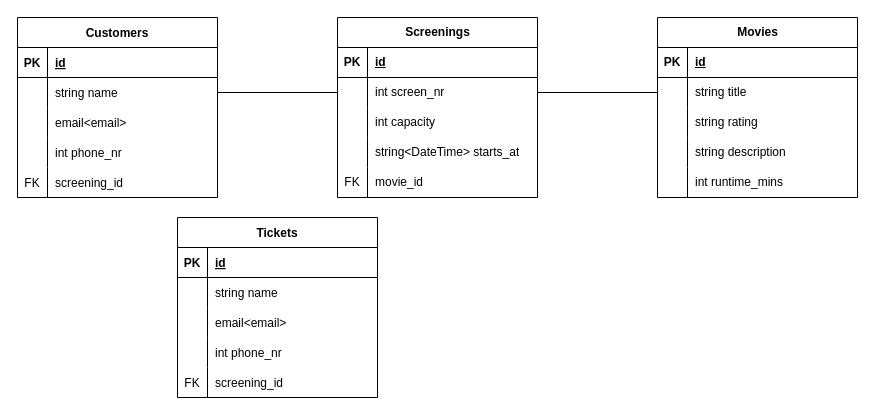
Earlier version of the draw.io diagram edr.drawio (boolean-uk/csharp-api-cinema-challenge). Source tidied: cells renumbered, new cells numbered last; positions are measured from the earlier drawing's top-left corner, leaving out a move shared by most shapes. Both pictures are drawn from the tidied source at 100%, with x=0, y=0 at pixel (17, 17).
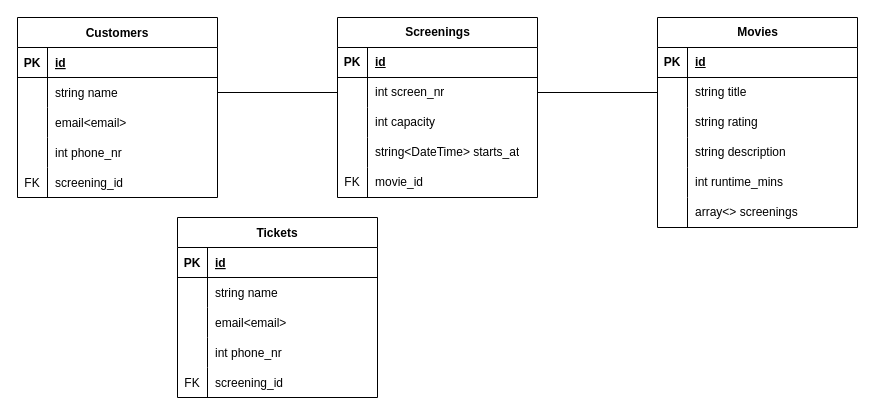
After the change.

What changed in the source:
```diff
@@
     <mxCell id="34" value="Movies" style="shape=table;startSize=30;childLayout=tableLayout;rowLines=0;fontStyle=1;align=center;html=1;" parent="1" vertex="1">
-      <mxGeometry x="640" width="200" height="180" as="geometry" />
+      <mxGeometry x="640" width="200" height="210" as="geometry" />
     </mxCell>
@@
+    <mxCell id="68" style="shape=tableRow;horizontal=0;startSize=0;swimlaneHead=0;swimlaneBody=0;fillColor=none;top=0;left=0;right=0;bottom=0;" parent="34" vertex="1">
+      <mxGeometry y="180" width="200" height="30" as="geometry" />
+    </mxCell>
+    <mxCell id="69" style="shape=partialRectangle;fillColor=none;top=0;left=0;bottom=0;right=0;overflow=hidden;whiteSpace=wrap;html=1;" parent="68" vertex="1">
+      <mxGeometry width="30" height="30" as="geometry" />
+    </mxCell>
+    <mxCell id="70" value="array&amp;lt;&amp;gt; screenings" style="shape=partialRectangle;fillColor=none;top=0;left=0;bottom=0;right=0;align=left;spacingLeft=6;overflow=hidden;whiteSpace=wrap;html=1;" parent="68" vertex="1">
+      <mxGeometry x="30" width="170" height="30" as="geometry" />
+    </mxCell>
```
